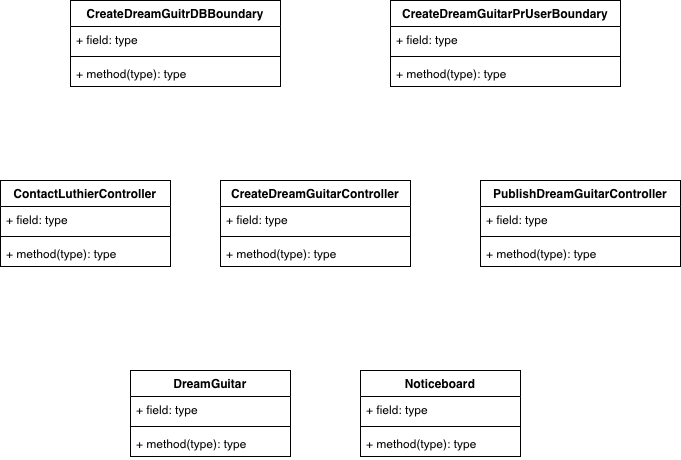
This is BCET.drawio.png from TizianoLilli/ISPW-Project, a draw.io export, as it was before one commit. Source tidied: cells renumbered, new cells last; positions are measured from the earlier drawing's top-left corner, leaving out a move shared by most shapes.
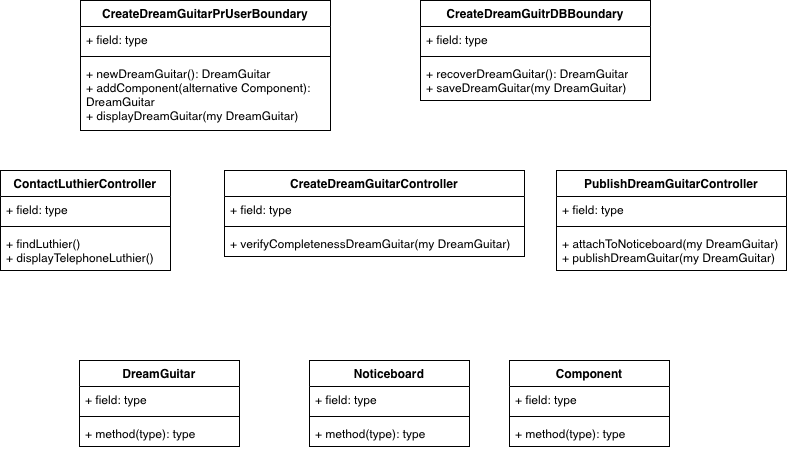
Above is the later version.

What changed in the source:
```diff
@@ -3,7 +3,7 @@
     <mxCell id="0" />
     <mxCell id="1" parent="0" />
     <mxCell id="2" value="DreamGuitar" style="swimlane;fontStyle=1;align=center;verticalAlign=top;horizontal=1;startSize=26;whiteSpace=wrap;html=1;" parent="1" vertex="1">
-      <mxGeometry x="130" y="370" width="160" height="86" as="geometry" />
+      <mxGeometry x="39" y="370" width="160" height="86" as="geometry" />
     </mxCell>
     <mxCell id="3" value="+ field: type" style="text;strokeColor=none;fillColor=none;align=left;verticalAlign=top;spacingLeft=4;spacingRight=4;overflow=hidden;whiteSpace=wrap;html=1;" parent="2" vertex="1">
       <mxGeometry y="26" width="160" height="26" as="geometry" />
@@ -15,7 +15,7 @@
       <mxGeometry y="60" width="160" height="26" as="geometry" />
     </mxCell>
     <mxCell id="6" value="Noticeboard" style="swimlane;fontStyle=1;align=center;verticalAlign=top;horizontal=1;startSize=26;whiteSpace=wrap;html=1;" parent="1" vertex="1">
-      <mxGeometry x="360" y="370" width="160" height="86" as="geometry" />
+      <mxGeometry x="269" y="370" width="160" height="86" as="geometry" />
     </mxCell>
     <mxCell id="7" value="+ field: type" style="text;strokeColor=none;fillColor=none;align=left;verticalAlign=top;spacingLeft=4;spacingRight=4;overflow=hidden;whiteSpace=wrap;html=1;" parent="6" vertex="1">
       <mxGeometry y="26" width="160" height="26" as="geometry" />
@@ -27,31 +27,31 @@
       <mxGeometry y="60" width="160" height="26" as="geometry" />
     </mxCell>
     <mxCell id="10" value="CreateDreamGuitarPrUserBoundary" style="swimlane;fontStyle=1;align=center;verticalAlign=top;horizontal=1;startSize=26;whiteSpace=wrap;html=1;" parent="1" vertex="1">
-      <mxGeometry x="390" width="230" height="86" as="geometry" />
+      <mxGeometry x="40" y="10" width="250" height="130" as="geometry" />
     </mxCell>
     <mxCell id="11" value="+ field: type" style="text;strokeColor=none;fillColor=none;align=left;verticalAlign=top;spacingLeft=4;spacingRight=4;overflow=hidden;whiteSpace=wrap;html=1;" parent="10" vertex="1">
-      <mxGeometry y="26" width="230" height="26" as="geometry" />
+      <mxGeometry y="26" width="250" height="26" as="geometry" />
     </mxCell>
     <mxCell id="12" style="line;strokeWidth=1;fillColor=none;align=left;verticalAlign=middle;spacingTop=-1;spacingLeft=3;spacingRight=3;labelPosition=right;strokeColor=inherit;" parent="10" vertex="1">
-      <mxGeometry y="52" width="230" height="8" as="geometry" />
+      <mxGeometry y="52" width="250" height="8" as="geometry" />
     </mxCell>
-    <mxCell id="13" value="+ method(type): type" style="text;strokeColor=none;fillColor=none;align=left;verticalAlign=top;spacingLeft=4;spacingRight=4;overflow=hidden;whiteSpace=wrap;html=1;" parent="10" vertex="1">
-      <mxGeometry y="60" width="230" height="26" as="geometry" />
+    <mxCell id="13" value="+ newDreamGuitar(): DreamGuitar&lt;div&gt;+ addComponent(alternative Component): DreamGuitar&lt;/div&gt;&lt;div&gt;+ displayDreamGuitar(my DreamGuitar)&amp;nbsp;&lt;/div&gt;" style="text;strokeColor=none;fillColor=none;align=left;verticalAlign=top;spacingLeft=4;spacingRight=4;overflow=hidden;whiteSpace=wrap;html=1;" parent="10" vertex="1">
+      <mxGeometry y="60" width="250" height="70" as="geometry" />
     </mxCell>
     <mxCell id="14" value="CreateDreamGuitrDBBoundary" style="swimlane;fontStyle=1;align=center;verticalAlign=top;horizontal=1;startSize=26;whiteSpace=wrap;html=1;" parent="1" vertex="1">
-      <mxGeometry x="70" width="210" height="86" as="geometry" />
+      <mxGeometry x="380" y="10" width="230" height="100" as="geometry" />
     </mxCell>
     <mxCell id="15" value="+ field: type" style="text;strokeColor=none;fillColor=none;align=left;verticalAlign=top;spacingLeft=4;spacingRight=4;overflow=hidden;whiteSpace=wrap;html=1;" parent="14" vertex="1">
-      <mxGeometry y="26" width="210" height="26" as="geometry" />
+      <mxGeometry y="26" width="230" height="26" as="geometry" />
     </mxCell>
     <mxCell id="16" style="line;strokeWidth=1;fillColor=none;align=left;verticalAlign=middle;spacingTop=-1;spacingLeft=3;spacingRight=3;labelPosition=right;strokeColor=inherit;" parent="14" vertex="1">
-      <mxGeometry y="52" width="210" height="8" as="geometry" />
+      <mxGeometry y="52" width="230" height="8" as="geometry" />
     </mxCell>
-    <mxCell id="17" value="+ method(type): type" style="text;strokeColor=none;fillColor=none;align=left;verticalAlign=top;spacingLeft=4;spacingRight=4;overflow=hidden;whiteSpace=wrap;html=1;" parent="14" vertex="1">
-      <mxGeometry y="60" width="210" height="26" as="geometry" />
+    <mxCell id="17" value="+ recoverDreamGuitar(): DreamGuitar&lt;div&gt;+ saveDreamGuitar(my DreamGuitar)&lt;br&gt;&lt;/div&gt;" style="text;strokeColor=none;fillColor=none;align=left;verticalAlign=top;spacingLeft=4;spacingRight=4;overflow=hidden;whiteSpace=wrap;html=1;" parent="14" vertex="1">
+      <mxGeometry y="60" width="230" height="40" as="geometry" />
     </mxCell>
     <mxCell id="18" value="ContactLuthierController" style="swimlane;fontStyle=1;align=center;verticalAlign=top;horizontal=1;startSize=26;whiteSpace=wrap;html=1;" parent="1" vertex="1">
-      <mxGeometry y="180" width="170" height="86" as="geometry" />
+      <mxGeometry x="-40" y="180" width="170" height="100" as="geometry" />
     </mxCell>
     <mxCell id="19" value="+ field: type" style="text;strokeColor=none;fillColor=none;align=left;verticalAlign=top;spacingLeft=4;spacingRight=4;overflow=hidden;whiteSpace=wrap;html=1;" parent="18" vertex="1">
       <mxGeometry y="26" width="170" height="26" as="geometry" />
@@ -59,32 +59,44 @@
     <mxCell id="20" style="line;strokeWidth=1;fillColor=none;align=left;verticalAlign=middle;spacingTop=-1;spacingLeft=3;spacingRight=3;labelPosition=right;strokeColor=inherit;" parent="18" vertex="1">
       <mxGeometry y="52" width="170" height="8" as="geometry" />
     </mxCell>
-    <mxCell id="21" value="+ method(type): type" style="text;strokeColor=none;fillColor=none;align=left;verticalAlign=top;spacingLeft=4;spacingRight=4;overflow=hidden;whiteSpace=wrap;html=1;" parent="18" vertex="1">
-      <mxGeometry y="60" width="170" height="26" as="geometry" />
+    <mxCell id="21" value="+ findLuthier()&lt;div&gt;+ displayTelephoneLuthier()&lt;br&gt;&lt;/div&gt;" style="text;strokeColor=none;fillColor=none;align=left;verticalAlign=top;spacingLeft=4;spacingRight=4;overflow=hidden;whiteSpace=wrap;html=1;" parent="18" vertex="1">
+      <mxGeometry y="60" width="170" height="40" as="geometry" />
     </mxCell>
     <mxCell id="22" value="PublishDreamGuitarController" style="swimlane;fontStyle=1;align=center;verticalAlign=top;horizontal=1;startSize=26;whiteSpace=wrap;html=1;" parent="1" vertex="1">
-      <mxGeometry x="480" y="180" width="200" height="86" as="geometry" />
+      <mxGeometry x="516" y="180" width="230" height="100" as="geometry" />
     </mxCell>
     <mxCell id="23" value="+ field: type" style="text;strokeColor=none;fillColor=none;align=left;verticalAlign=top;spacingLeft=4;spacingRight=4;overflow=hidden;whiteSpace=wrap;html=1;" parent="22" vertex="1">
-      <mxGeometry y="26" width="200" height="26" as="geometry" />
+      <mxGeometry y="26" width="230" height="26" as="geometry" />
     </mxCell>
     <mxCell id="24" style="line;strokeWidth=1;fillColor=none;align=left;verticalAlign=middle;spacingTop=-1;spacingLeft=3;spacingRight=3;labelPosition=right;strokeColor=inherit;" parent="22" vertex="1">
-      <mxGeometry y="52" width="200" height="8" as="geometry" />
+      <mxGeometry y="52" width="230" height="8" as="geometry" />
     </mxCell>
-    <mxCell id="25" value="+ method(type): type" style="text;strokeColor=none;fillColor=none;align=left;verticalAlign=top;spacingLeft=4;spacingRight=4;overflow=hidden;whiteSpace=wrap;html=1;" parent="22" vertex="1">
-      <mxGeometry y="60" width="200" height="26" as="geometry" />
+    <mxCell id="25" value="&lt;div&gt;+ attachToNoticeboard(my DreamGuitar)&lt;br&gt;&lt;/div&gt;+ publishDreamGuitar(my DreamGuitar)" style="text;strokeColor=none;fillColor=none;align=left;verticalAlign=top;spacingLeft=4;spacingRight=4;overflow=hidden;whiteSpace=wrap;html=1;" parent="22" vertex="1">
+      <mxGeometry y="60" width="230" height="40" as="geometry" />
     </mxCell>
     <mxCell id="26" value="CreateDreamGuitarController" style="swimlane;fontStyle=1;align=center;verticalAlign=top;horizontal=1;startSize=26;whiteSpace=wrap;html=1;" parent="1" vertex="1">
-      <mxGeometry x="220" y="180" width="190" height="86" as="geometry" />
+      <mxGeometry x="184" y="180" width="300" height="86" as="geometry" />
     </mxCell>
     <mxCell id="27" value="+ field: type" style="text;strokeColor=none;fillColor=none;align=left;verticalAlign=top;spacingLeft=4;spacingRight=4;overflow=hidden;whiteSpace=wrap;html=1;" parent="26" vertex="1">
-      <mxGeometry y="26" width="190" height="26" as="geometry" />
+      <mxGeometry y="26" width="300" height="26" as="geometry" />
     </mxCell>
     <mxCell id="28" style="line;strokeWidth=1;fillColor=none;align=left;verticalAlign=middle;spacingTop=-1;spacingLeft=3;spacingRight=3;labelPosition=right;strokeColor=inherit;" parent="26" vertex="1">
-      <mxGeometry y="52" width="190" height="8" as="geometry" />
+      <mxGeometry y="52" width="300" height="8" as="geometry" />
     </mxCell>
-    <mxCell id="29" value="+ method(type): type" style="text;strokeColor=none;fillColor=none;align=left;verticalAlign=top;spacingLeft=4;spacingRight=4;overflow=hidden;whiteSpace=wrap;html=1;" parent="26" vertex="1">
-      <mxGeometry y="60" width="190" height="26" as="geometry" />
+    <mxCell id="29" value="+ verifyCompletenessDreamGuitar(my DreamGuitar)" style="text;strokeColor=none;fillColor=none;align=left;verticalAlign=top;spacingLeft=4;spacingRight=4;overflow=hidden;whiteSpace=wrap;html=1;" parent="26" vertex="1">
+      <mxGeometry y="60" width="300" height="26" as="geometry" />
     </mxCell>
+    <mxCell id="30" value="Component" style="swimlane;fontStyle=1;align=center;verticalAlign=top;horizontal=1;startSize=26;whiteSpace=wrap;html=1;" parent="1" vertex="1">
+      <mxGeometry x="469" y="370" width="160" height="86" as="geometry" />
+    </mxCell>
+    <mxCell id="31" value="+ field: type" style="text;strokeColor=none;fillColor=none;align=left;verticalAlign=top;spacingLeft=4;spacingRight=4;overflow=hidden;whiteSpace=wrap;html=1;" parent="30" vertex="1">
+      <mxGeometry y="26" width="160" height="26" as="geometry" />
+    </mxCell>
+    <mxCell id="32" style="line;strokeWidth=1;fillColor=none;align=left;verticalAlign=middle;spacingTop=-1;spacingLeft=3;spacingRight=3;labelPosition=right;strokeColor=inherit;" parent="30" vertex="1">
+      <mxGeometry y="52" width="160" height="8" as="geometry" />
+    </mxCell>
+    <mxCell id="33" value="+ method(type): type" style="text;strokeColor=none;fillColor=none;align=left;verticalAlign=top;spacingLeft=4;spacingRight=4;overflow=hidden;whiteSpace=wrap;html=1;" parent="30" vertex="1">
+      <mxGeometry y="60" width="160" height="26" as="geometry" />
+    </mxCell>
   </root>
 </mxGraphModel>
```
